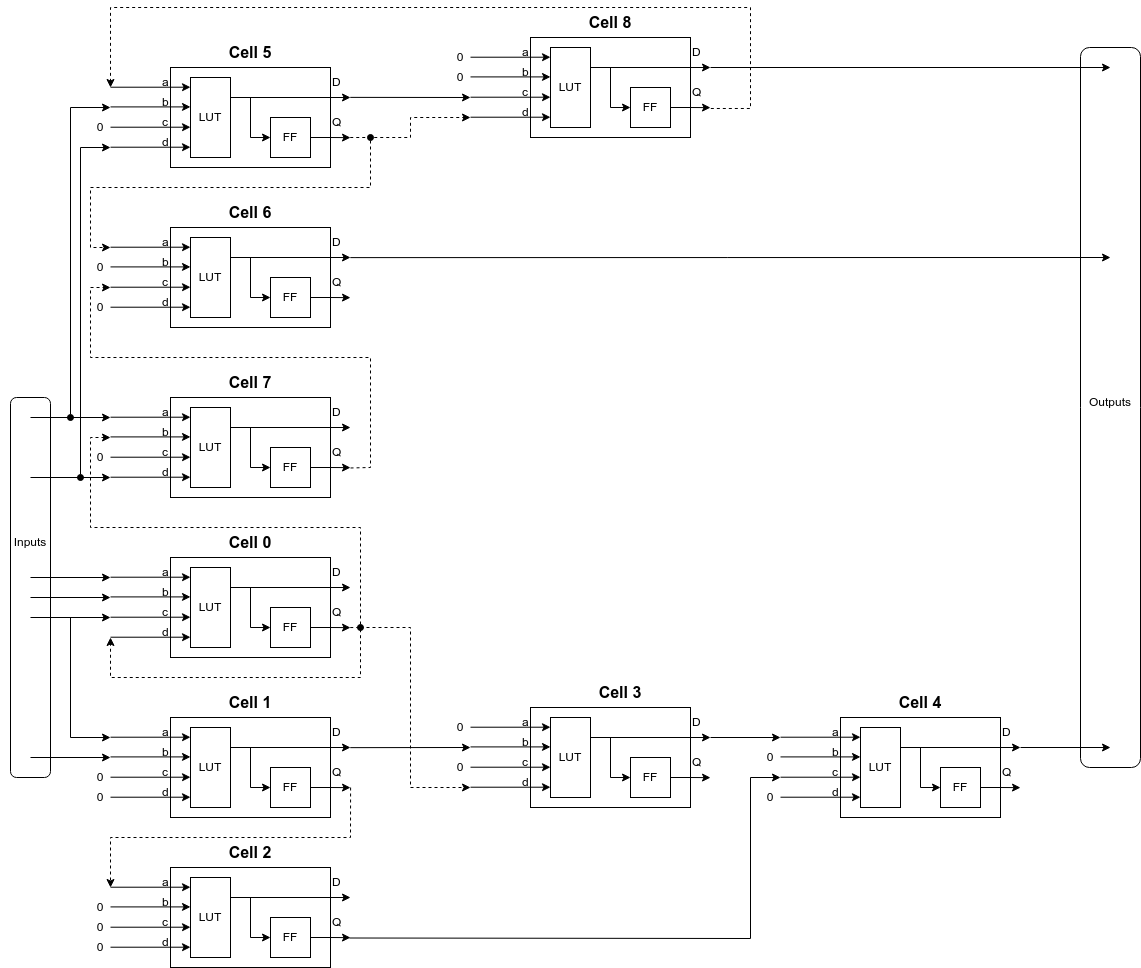
Before: assets/cuda_sim/Flattened_Network_of_LUTFF_cells.png, a diagram exported from draw.io (tomverbeure/tomverbeure.github.io). Source tidied: cells renumbered, new cells last; positions are measured from the earlier drawing's top-left corner, leaving out a move shared by most shapes.
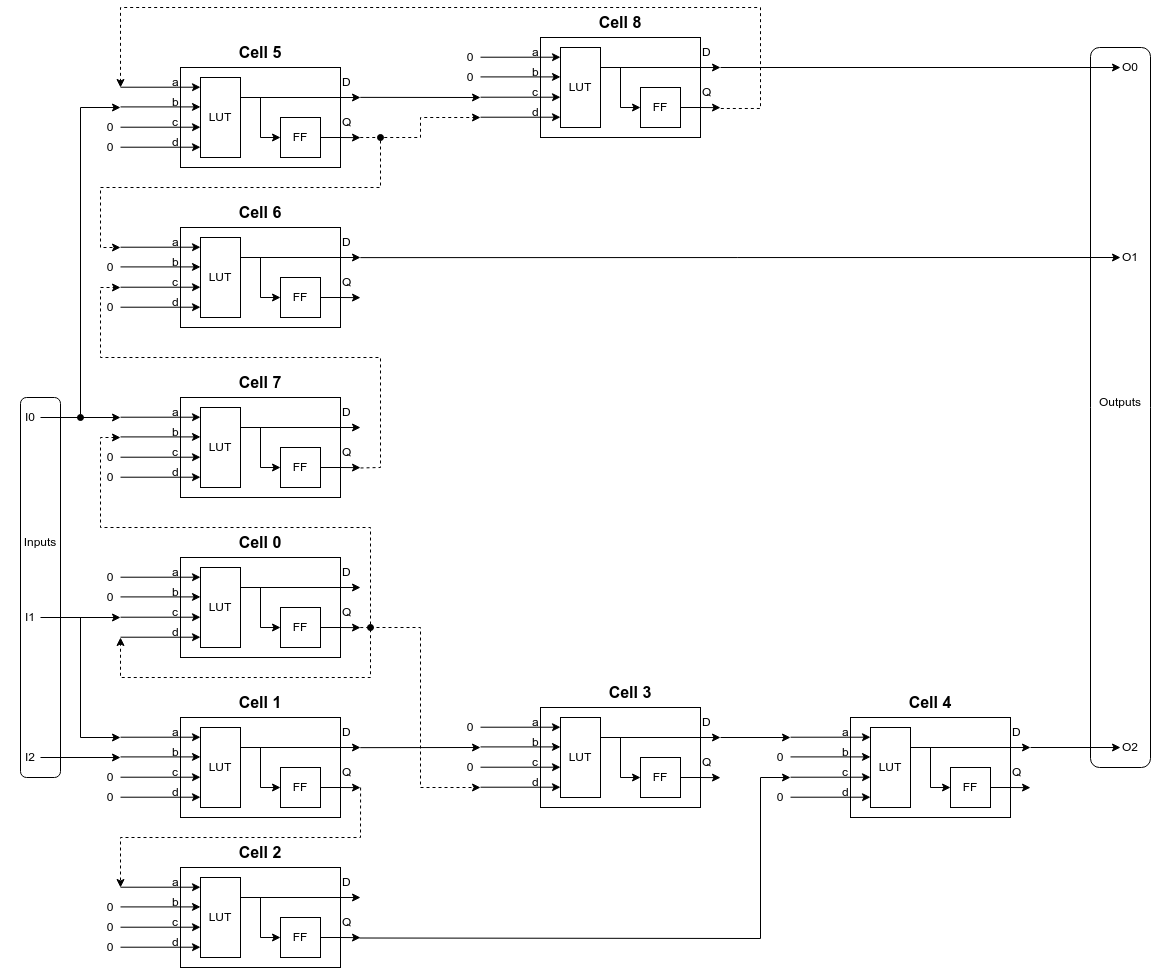
After the commit.

The edit, as a diff of the source:
```diff
@@ -36,12 +36,6 @@
         </Array>
       </mxGeometry>
     </mxCell>
-    <mxCell id="7" style="endArrow=classic;html=1;rounded=0;" parent="1" edge="1">
-      <mxGeometry relative="1" as="geometry">
-        <mxPoint x="30" y="470" as="sourcePoint" />
-        <mxPoint x="110" y="470" as="targetPoint" />
-      </mxGeometry>
-    </mxCell>
     <mxCell id="8" style="endArrow=classic;html=1;rounded=0;exitX=0.329;exitY=1;exitDx=0;exitDy=0;exitPerimeter=0;dashed=1;" parent="1" edge="1">
       <mxGeometry relative="1" as="geometry">
         <mxPoint x="349.7" y="130" as="sourcePoint" />
@@ -63,18 +57,6 @@
         </Array>
       </mxGeometry>
     </mxCell>
-    <mxCell id="10" style="endArrow=classic;html=1;rounded=0;" parent="1" edge="1">
-      <mxGeometry relative="1" as="geometry">
-        <mxPoint x="30" y="570" as="sourcePoint" />
-        <mxPoint x="110" y="570" as="targetPoint" />
-      </mxGeometry>
-    </mxCell>
-    <mxCell id="11" style="endArrow=classic;html=1;rounded=0;" parent="1" edge="1">
-      <mxGeometry relative="1" as="geometry">
-        <mxPoint x="30" y="590" as="sourcePoint" />
-        <mxPoint x="110" y="590" as="targetPoint" />
-      </mxGeometry>
-    </mxCell>
     <mxCell id="12" style="endArrow=classic;html=1;rounded=0;" parent="1" edge="1">
       <mxGeometry relative="1" as="geometry">
         <mxPoint x="30" y="610" as="sourcePoint" />
@@ -186,15 +168,6 @@
     <mxCell id="27" value="Outputs" style="text;html=1;strokeColor=none;fillColor=none;align=center;verticalAlign=middle;whiteSpace=wrap;rounded=0;" parent="1" vertex="1">
       <mxGeometry x="1080" y="380" width="60" height="30" as="geometry" />
     </mxCell>
-    <mxCell id="28" style="endArrow=classic;html=1;rounded=0;startArrow=oval;startFill=1;" parent="1" edge="1">
-      <mxGeometry relative="1" as="geometry">
-        <mxPoint x="80" y="470" as="sourcePoint" />
-        <mxPoint x="110" y="140" as="targetPoint" />
-        <Array as="points">
-          <mxPoint x="80" y="140" />
-        </Array>
-      </mxGeometry>
-    </mxCell>
     <mxCell id="29" value="0" style="text;html=1;strokeColor=none;fillColor=none;align=center;verticalAlign=middle;whiteSpace=wrap;rounded=0;" parent="1" vertex="1">
       <mxGeometry x="90" y="760" width="20" height="20" as="geometry" />
     </mxCell>
@@ -937,5 +910,35 @@
     <mxCell id="208" value="d" style="text;html=1;strokeColor=none;fillColor=none;align=left;verticalAlign=middle;whiteSpace=wrap;rounded=0;" parent="192" vertex="1">
       <mxGeometry x="50" y="60" width="60" height="30" as="geometry" />
     </mxCell>
+    <mxCell id="209" value="0" style="text;html=1;strokeColor=none;fillColor=none;align=center;verticalAlign=middle;whiteSpace=wrap;rounded=0;" parent="1" vertex="1">
+      <mxGeometry x="90" y="460" width="20" height="20" as="geometry" />
+    </mxCell>
+    <mxCell id="210" value="0" style="text;html=1;strokeColor=none;fillColor=none;align=center;verticalAlign=middle;whiteSpace=wrap;rounded=0;" parent="1" vertex="1">
+      <mxGeometry x="90" y="130" width="20" height="20" as="geometry" />
+    </mxCell>
+    <mxCell id="211" value="0" style="text;html=1;strokeColor=none;fillColor=none;align=center;verticalAlign=middle;whiteSpace=wrap;rounded=0;" parent="1" vertex="1">
+      <mxGeometry x="90" y="560" width="20" height="20" as="geometry" />
+    </mxCell>
+    <mxCell id="212" value="0" style="text;html=1;strokeColor=none;fillColor=none;align=center;verticalAlign=middle;whiteSpace=wrap;rounded=0;" parent="1" vertex="1">
+      <mxGeometry x="90" y="580" width="20" height="20" as="geometry" />
+    </mxCell>
+    <mxCell id="213" value="I0" style="text;html=1;strokeColor=none;fillColor=none;align=center;verticalAlign=middle;whiteSpace=wrap;rounded=0;" parent="1" vertex="1">
+      <mxGeometry x="-10" y="390" width="60" height="40" as="geometry" />
+    </mxCell>
+    <mxCell id="214" value="I1" style="text;html=1;strokeColor=none;fillColor=none;align=center;verticalAlign=middle;whiteSpace=wrap;rounded=0;" parent="1" vertex="1">
+      <mxGeometry x="-10" y="590" width="60" height="40" as="geometry" />
+    </mxCell>
+    <mxCell id="215" value="I2" style="text;html=1;strokeColor=none;fillColor=none;align=center;verticalAlign=middle;whiteSpace=wrap;rounded=0;" parent="1" vertex="1">
+      <mxGeometry x="-10" y="730" width="60" height="40" as="geometry" />
+    </mxCell>
+    <mxCell id="216" value="O0" style="text;html=1;strokeColor=none;fillColor=none;align=center;verticalAlign=middle;whiteSpace=wrap;rounded=0;" parent="1" vertex="1">
+      <mxGeometry x="1090" y="40" width="60" height="40" as="geometry" />
+    </mxCell>
+    <mxCell id="217" value="O1" style="text;html=1;strokeColor=none;fillColor=none;align=center;verticalAlign=middle;whiteSpace=wrap;rounded=0;" parent="1" vertex="1">
+      <mxGeometry x="1090" y="230" width="60" height="40" as="geometry" />
+    </mxCell>
+    <mxCell id="218" value="O2" style="text;html=1;strokeColor=none;fillColor=none;align=center;verticalAlign=middle;whiteSpace=wrap;rounded=0;" parent="1" vertex="1">
+      <mxGeometry x="1090" y="720" width="60" height="40" as="geometry" />
+    </mxCell>
   </root>
 </mxGraphModel>
```
